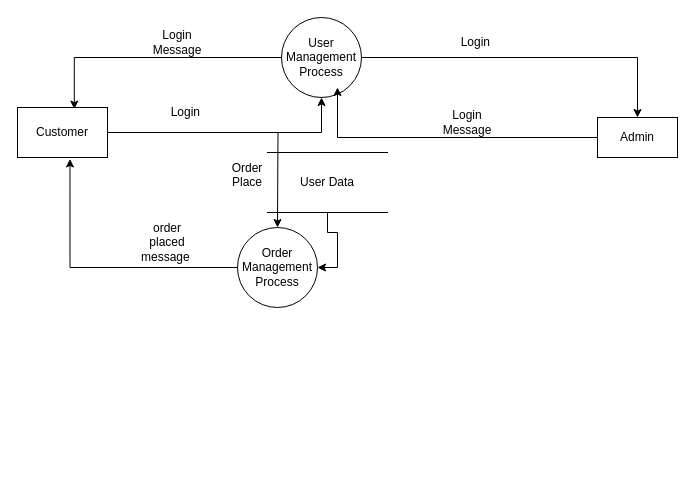
Above: Data_Flow_Diagram.drawio in GigaByte6610/use_case (draw.io), before the change. Source tidied: cells renumbered, new cells numbered last; positions are measured from the earlier drawing's top-left corner, leaving out a move shared by most shapes. Both pictures are drawn from the tidied source at 100%, with x=0, y=0 at pixel (17, 17).
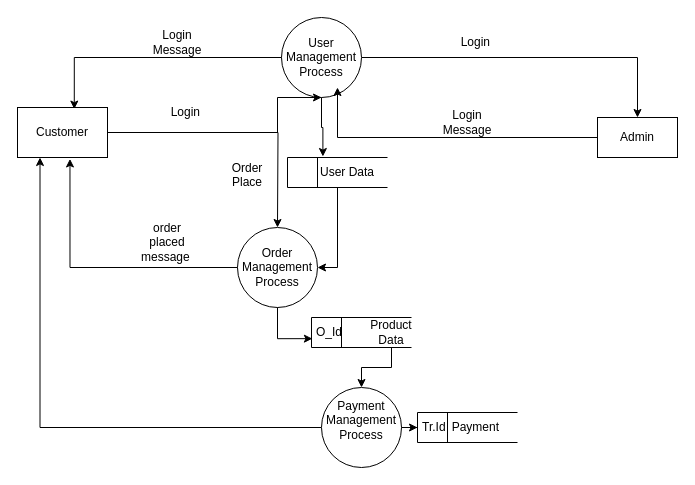
Above is the later version.

Unchanged cells that the change refers to:
```xml
<mxCell id="3" value="Customer" style="rounded=0;whiteSpace=wrap;html=1;" parent="1" vertex="1">
  <mxGeometry y="90" width="90" height="50" as="geometry" />
</mxCell>
<mxCell id="6" value="User Management Process" style="ellipse;whiteSpace=wrap;html=1;" parent="1" vertex="1">
  <mxGeometry x="264" width="80" height="80" as="geometry" />
</mxCell>
<mxCell id="7" value="Order Management Process" style="ellipse;whiteSpace=wrap;html=1;" parent="1" vertex="1">
  <mxGeometry x="220" y="210" width="80" height="80" as="geometry" />
</mxCell>
```

Diff of the diagram source:
```diff
@@
     <mxCell id="9" style="edgeStyle=orthogonalEdgeStyle;rounded=0;jettySize=auto;html=1;entryX=0.5;entryY=1;entryDx=0;entryDy=0;" parent="1" edge="1" source="3" target="6">
-      <mxGeometry relative="1" as="geometry" />
+      <mxGeometry relative="1" as="geometry">
+        <Array as="points">
+          <mxPoint x="260" y="115" />
+          <mxPoint x="260" y="80" />
+        </Array>
+      </mxGeometry>
     </mxCell>
@@
-    <mxCell id="18" style="edgeStyle=orthogonalEdgeStyle;rounded=0;jettySize=auto;html=1;entryX=1;entryY=0.5;entryDx=0;entryDy=0;" parent="1" edge="1" source="19" target="7">
-      <mxGeometry relative="1" as="geometry" />
-    </mxCell>
+    <mxCell id="20" style="edgeStyle=orthogonalEdgeStyle;rounded=0;jettySize=auto;html=1;entryX=0.25;entryY=1;entryDx=0;entryDy=0;" parent="1" edge="1" source="22" target="3">
+      <mxGeometry relative="1" as="geometry" />
+    </mxCell>
+    <mxCell id="21" style="edgeStyle=orthogonalEdgeStyle;rounded=0;jettySize=auto;html=1;" parent="1" edge="1" source="22" target="30">
+      <mxGeometry relative="1" as="geometry" />
+    </mxCell>
+    <mxCell id="22" value="Payment Management Process&lt;div&gt;&lt;br&gt;&lt;/div&gt;" style="ellipse;whiteSpace=wrap;html=1;" parent="1" vertex="1">
+      <mxGeometry x="304" y="370" width="80" height="80" as="geometry" />
+    </mxCell>
+    <mxCell id="23" style="edgeStyle=orthogonalEdgeStyle;rounded=0;jettySize=auto;html=1;entryX=1;entryY=0.5;entryDx=0;entryDy=0;" parent="1" edge="1" source="24" target="7">
+      <mxGeometry relative="1" as="geometry" />
+    </mxCell>
+    <mxCell id="24" style="html=1;dashed=0;whiteSpace=wrap;shape=mxgraph.dfd.dataStoreID;align=left;spacingLeft=3;points=[[0,0],[0.5,0],[1,0],[0,0.5],[1,0.5],[0,1],[0.5,1],[1,1]];" parent="1" vertex="1">
+      <mxGeometry x="270" y="140" width="100" height="30" as="geometry" />
+    </mxCell>
-    <mxCell id="19" value="User Data" style="shape=partialRectangle;whiteSpace=wrap;html=1;left=0;right=0;fillColor=none;" parent="1" vertex="1">
-      <mxGeometry x="250" y="135" width="120" height="60" as="geometry" />
+    <mxCell id="19" value="User Data" style="text;html=1;align=center;verticalAlign=middle;whiteSpace=wrap;rounded=0;" parent="1" vertex="1">
+      <mxGeometry x="300" y="140" width="60" height="30" as="geometry" />
     </mxCell>
+    <mxCell id="25" style="edgeStyle=orthogonalEdgeStyle;rounded=0;jettySize=auto;html=1;entryX=0.09;entryY=-0.033;entryDx=0;entryDy=0;entryPerimeter=0;" parent="1" edge="1" source="6" target="19">
+      <mxGeometry relative="1" as="geometry" />
+    </mxCell>
+    <mxCell id="26" value="O_Id" style="html=1;dashed=0;whiteSpace=wrap;shape=mxgraph.dfd.dataStoreID;align=left;spacingLeft=3;points=[[0,0],[0.5,0],[1,0],[0,0.5],[1,0.5],[0,1],[0.5,1],[1,1]];" parent="1" vertex="1">
+      <mxGeometry x="294" y="300" width="100" height="30" as="geometry" />
+    </mxCell>
+    <mxCell id="27" style="edgeStyle=orthogonalEdgeStyle;rounded=0;jettySize=auto;html=1;entryX=0.5;entryY=0;entryDx=0;entryDy=0;" parent="1" edge="1" source="28" target="22">
+      <mxGeometry relative="1" as="geometry" />
+    </mxCell>
+    <mxCell id="28" value="Product Data" style="text;html=1;align=center;verticalAlign=middle;whiteSpace=wrap;rounded=0;" parent="1" vertex="1">
+      <mxGeometry x="344" y="300" width="60" height="30" as="geometry" />
+    </mxCell>
+    <mxCell id="29" style="edgeStyle=orthogonalEdgeStyle;rounded=0;jettySize=auto;html=1;entryX=0.009;entryY=0.705;entryDx=0;entryDy=0;entryPerimeter=0;" parent="1" edge="1" source="7" target="26">
+      <mxGeometry relative="1" as="geometry" />
+    </mxCell>
+    <mxCell id="30" value="Tr.Id" style="html=1;dashed=0;whiteSpace=wrap;shape=mxgraph.dfd.dataStoreID;align=left;spacingLeft=3;points=[[0,0],[0.5,0],[1,0],[0,0.5],[1,0.5],[0,1],[0.5,1],[1,1]];" parent="1" vertex="1">
+      <mxGeometry x="400" y="395" width="100" height="30" as="geometry" />
+    </mxCell>
+    <mxCell id="31" value="Payment&amp;nbsp;" style="text;html=1;align=center;verticalAlign=middle;whiteSpace=wrap;rounded=0;" parent="1" vertex="1">
+      <mxGeometry x="430" y="395" width="60" height="30" as="geometry" />
+    </mxCell>
```
